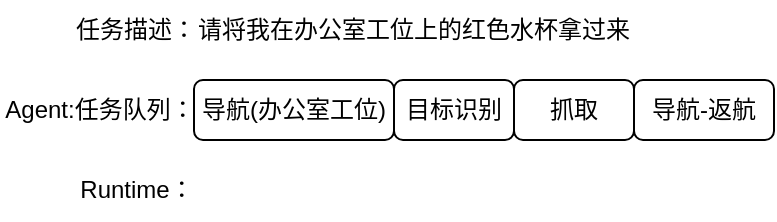
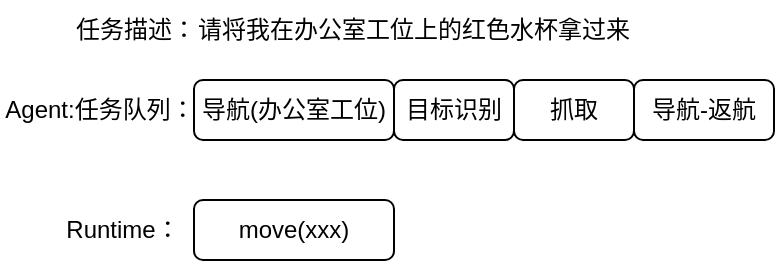
<mxfile host="app.diagrams.net">
  <diagram name="第 1 页" id="AqDmRzZVIJ-5uyctXJOA">
    <mxGraphModel dx="656" dy="360" grid="1" gridSize="10" guides="1" tooltips="1" connect="1" arrows="1" fold="1" page="1" pageScale="1" pageWidth="2339" pageHeight="3300" math="0" shadow="0">
      <root>
        <mxCell id="0" />
        <mxCell id="1" parent="0" />
        <mxCell id="TX6EBbOIm9mCNyf-wsjQ-1" parent="1" style="rounded=1;whiteSpace=wrap;html=1;" value="导航(办公室工位)" vertex="1">
          <mxGeometry height="30" width="100" x="120" y="370" as="geometry" />
        </mxCell>
        <mxCell id="TX6EBbOIm9mCNyf-wsjQ-2" parent="1" style="text;html=1;whiteSpace=wrap;strokeColor=none;fillColor=none;align=center;verticalAlign=middle;rounded=0;" value="Agent:任务队列：" vertex="1">
          <mxGeometry height="30" width="100" x="23" y="370" as="geometry" />
        </mxCell>
        <mxCell id="TX6EBbOIm9mCNyf-wsjQ-3" parent="1" style="text;html=1;whiteSpace=wrap;strokeColor=none;fillColor=none;align=center;verticalAlign=middle;rounded=0;" value="任务描述：" vertex="1">
          <mxGeometry height="30" width="70" x="56" y="330" as="geometry" />
        </mxCell>
        <mxCell id="TX6EBbOIm9mCNyf-wsjQ-4" parent="1" style="text;html=1;whiteSpace=wrap;strokeColor=none;fillColor=none;align=center;verticalAlign=middle;rounded=0;" value="请将我在办公室工位上的红色水杯拿过来" vertex="1">
          <mxGeometry height="30" width="220" x="120" y="330" as="geometry" />
        </mxCell>
        <mxCell id="TX6EBbOIm9mCNyf-wsjQ-5" parent="1" style="rounded=1;whiteSpace=wrap;html=1;" value="目标识别" vertex="1">
          <mxGeometry height="30" width="60" x="220" y="370" as="geometry" />
        </mxCell>
        <mxCell id="TX6EBbOIm9mCNyf-wsjQ-6" parent="1" style="rounded=1;whiteSpace=wrap;html=1;" value="抓取" vertex="1">
          <mxGeometry height="30" width="60" x="280" y="370" as="geometry" />
        </mxCell>
        <mxCell id="TX6EBbOIm9mCNyf-wsjQ-7" parent="1" style="rounded=1;whiteSpace=wrap;html=1;" value="导航-返航" vertex="1">
          <mxGeometry height="30" width="70" x="340" y="370" as="geometry" />
        </mxCell>
        <mxCell id="TX6EBbOIm9mCNyf-wsjQ-8" parent="1" style="text;html=1;whiteSpace=wrap;strokeColor=none;fillColor=none;align=center;verticalAlign=middle;rounded=0;" value="Runtime：" vertex="1">
-           <mxGeometry height="30" width="57" x="62.5" y="410" as="geometry" />
+           <mxGeometry height="30" width="57" x="56" y="430" as="geometry" />
+         </mxCell>
+         <mxCell id="TX6EBbOIm9mCNyf-wsjQ-9" parent="1" style="rounded=1;whiteSpace=wrap;html=1;" value="move(xxx)" vertex="1">
+           <mxGeometry height="30" width="100" x="120" y="430" as="geometry" />
        </mxCell>
      </root>
    </mxGraphModel>
  </diagram>
</mxfile>
